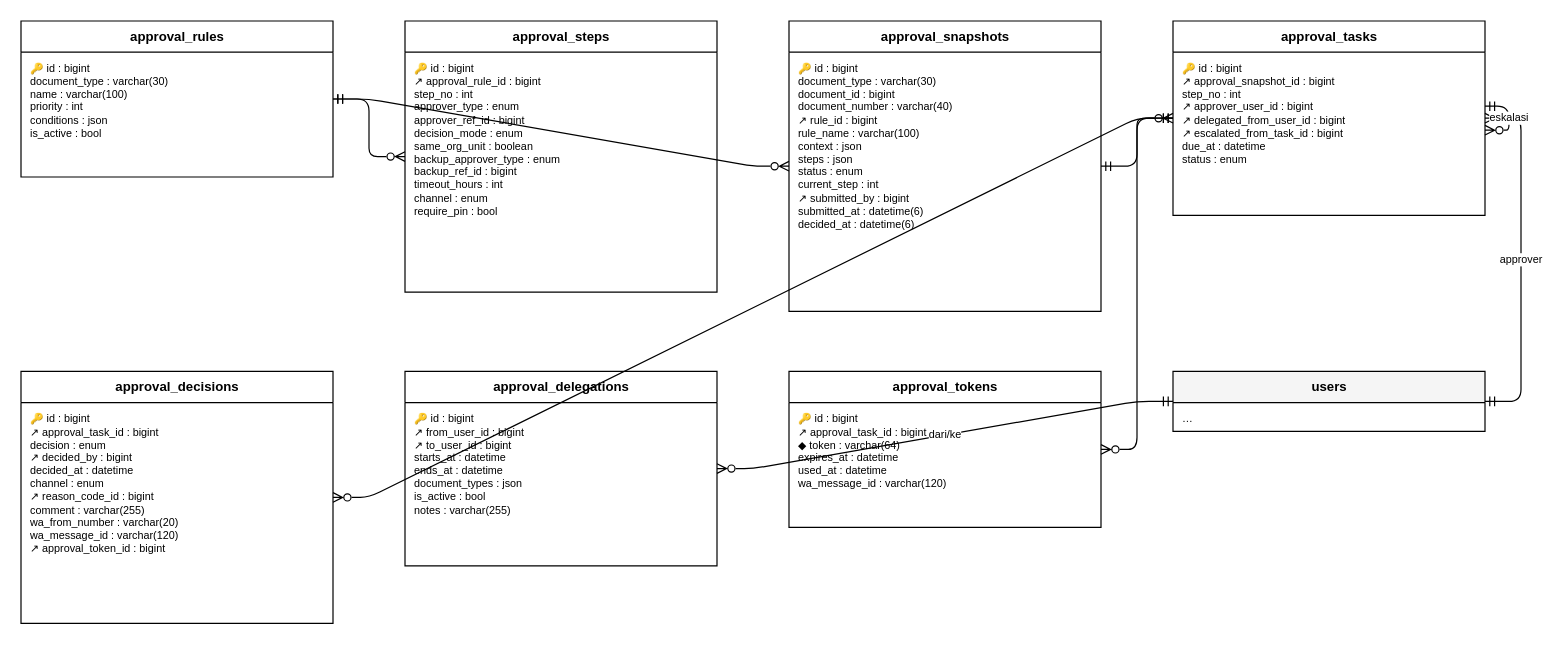
Above: docs/diagram/erd-approval.drawio in HengkyDarmawan/wms (draw.io), before the change. Source tidied: cells renumbered, new cells numbered last; positions are measured from the earlier drawing's top-left corner, leaving out a move shared by most shapes. Both pictures are drawn from the tidied source at 120%, with x=0, y=0 at pixel (20, 20).
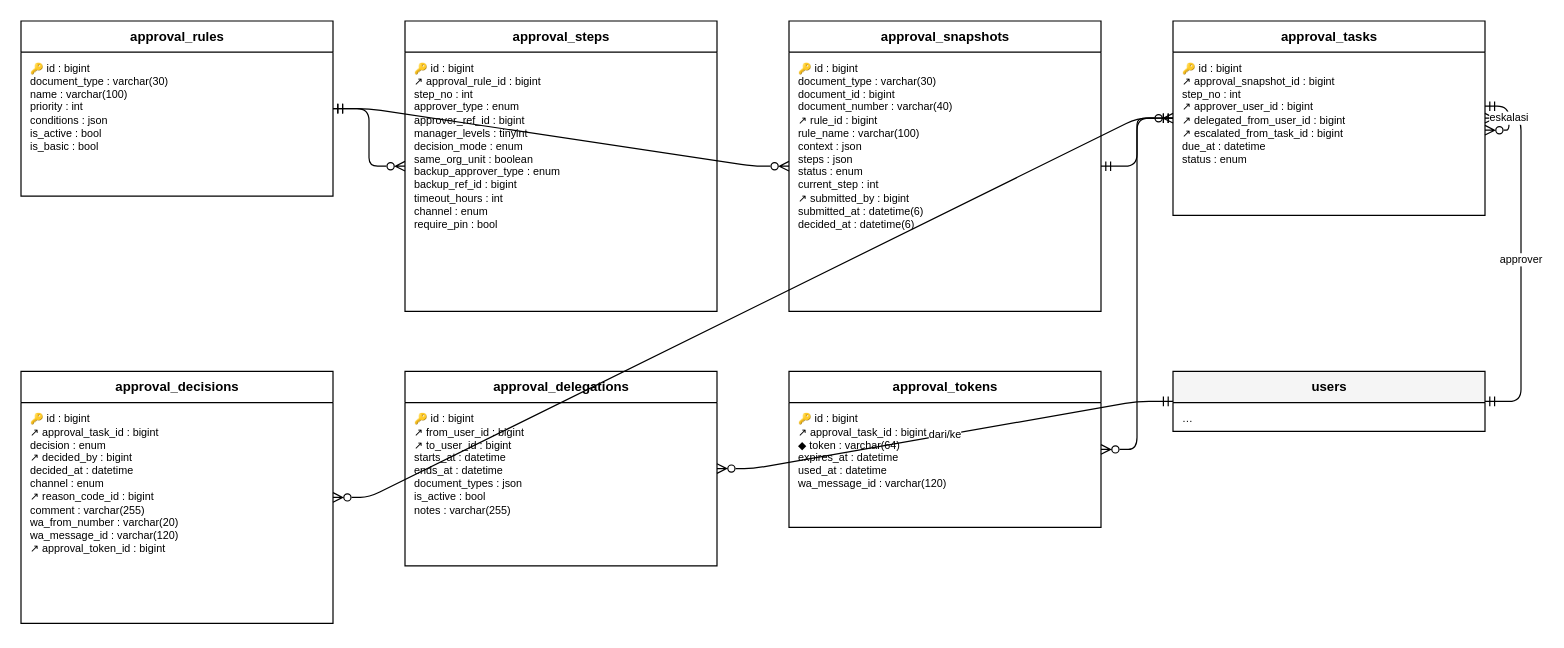
After the change.

The edit, as a diff of the source:
```diff
@@
     <mxCell id="2" value="approval_rules" style="swimlane;fontStyle=1;horizontal=1;startSize=26;html=1;fontSize=11;fillColor=#FFFFFF;" parent="1" vertex="1">
-      <mxGeometry width="260" height="130" as="geometry" />
+      <mxGeometry width="260" height="146" as="geometry" />
     </mxCell>
-    <mxCell id="3" value="🔑 id : bigint&lt;br&gt;document_type : varchar(30)&lt;br&gt;name : varchar(100)&lt;br&gt;priority : int&lt;br&gt;conditions : json&lt;br&gt;is_active : bool" style="text;html=1;strokeColor=none;fillColor=none;align=left;verticalAlign=top;spacingLeft=6;spacingTop=2;fontSize=9;whiteSpace=wrap;overflow=hidden;" parent="2" vertex="1">
-      <mxGeometry y="26" width="260" height="104" as="geometry" />
+    <mxCell id="3" value="🔑 id : bigint&lt;br&gt;document_type : varchar(30)&lt;br&gt;name : varchar(100)&lt;br&gt;priority : int&lt;br&gt;conditions : json&lt;br&gt;is_active : bool&lt;br&gt;is_basic : bool" style="text;html=1;strokeColor=none;fillColor=none;align=left;verticalAlign=top;spacingLeft=6;spacingTop=2;fontSize=9;whiteSpace=wrap;overflow=hidden;" parent="2" vertex="1">
+      <mxGeometry y="26" width="260" height="120" as="geometry" />
     </mxCell>
     <mxCell id="4" value="approval_steps" style="swimlane;fontStyle=1;horizontal=1;startSize=26;html=1;fontSize=11;fillColor=#FFFFFF;" parent="1" vertex="1">
-      <mxGeometry x="320" width="260" height="226" as="geometry" />
+      <mxGeometry x="320" width="260" height="242" as="geometry" />
     </mxCell>
-    <mxCell id="5" value="🔑 id : bigint&lt;br&gt;↗ approval_rule_id : bigint&lt;br&gt;step_no : int&lt;br&gt;approver_type : enum&lt;br&gt;approver_ref_id : bigint&lt;br&gt;decision_mode : enum&lt;br&gt;same_org_unit : boolean&lt;br&gt;backup_approver_type : enum&lt;br&gt;backup_ref_id : bigint&lt;br&gt;timeout_hours : int&lt;br&gt;channel : enum&lt;br&gt;require_pin : bool" style="text;html=1;strokeColor=none;fillColor=none;align=left;verticalAlign=top;spacingLeft=6;spacingTop=2;fontSize=9;whiteSpace=wrap;overflow=hidden;" parent="4" vertex="1">
-      <mxGeometry y="26" width="260" height="200" as="geometry" />
+    <mxCell id="5" value="🔑 id : bigint&lt;br&gt;↗ approval_rule_id : bigint&lt;br&gt;step_no : int&lt;br&gt;approver_type : enum&lt;br&gt;approver_ref_id : bigint&lt;br&gt;manager_levels : tinyint&lt;br&gt;decision_mode : enum&lt;br&gt;same_org_unit : boolean&lt;br&gt;backup_approver_type : enum&lt;br&gt;backup_ref_id : bigint&lt;br&gt;timeout_hours : int&lt;br&gt;channel : enum&lt;br&gt;require_pin : bool" style="text;html=1;strokeColor=none;fillColor=none;align=left;verticalAlign=top;spacingLeft=6;spacingTop=2;fontSize=9;whiteSpace=wrap;overflow=hidden;" parent="4" vertex="1">
+      <mxGeometry y="26" width="260" height="216" as="geometry" />
     </mxCell>
```
